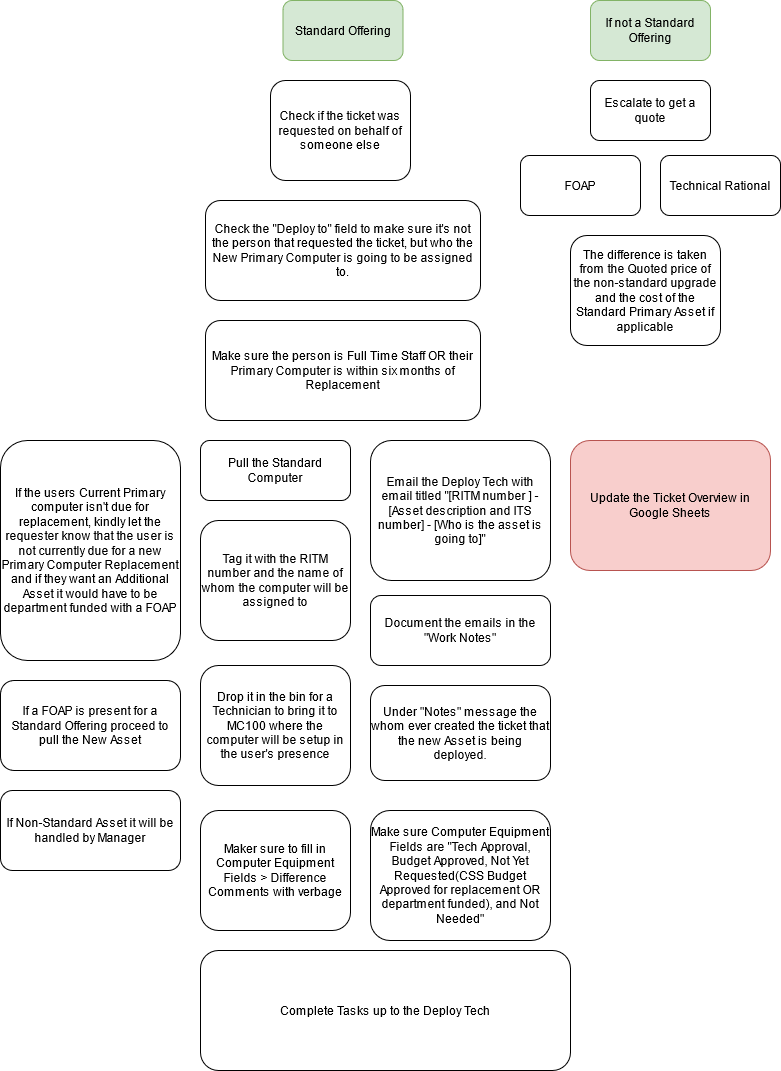
Before: Untitled Diagram.drawio.png, a diagram exported from draw.io (KevinWongCS/USFUSF). Source tidied: cells renumbered, new cells last; positions are measured from the earlier drawing's top-left corner, leaving out a move shared by most shapes.
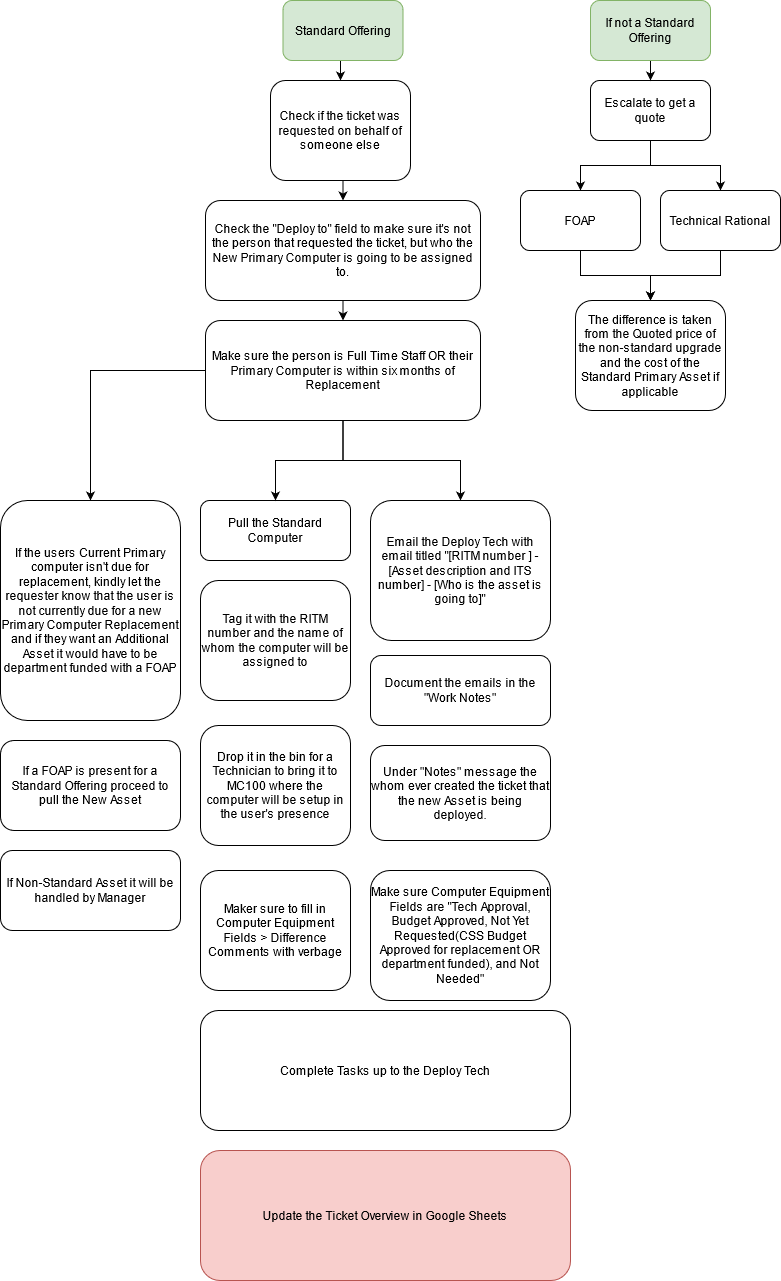
Later version of the same file.

The edit, as a diff of the source:
```diff
@@ -2,14 +2,23 @@
   <root>
     <mxCell id="0" />
     <mxCell id="1" parent="0" />
+    <mxCell id="24" style="edgeStyle=orthogonalEdgeStyle;rounded=0;jettySize=auto;html=1;exitX=0.5;exitY=1;exitDx=0;exitDy=0;entryX=0.5;entryY=0;entryDx=0;entryDy=0;" parent="1" edge="1" source="2" target="3">
+      <mxGeometry relative="1" as="geometry" />
+    </mxCell>
     <mxCell id="2" value="Standard Offering" style="rounded=1;whiteSpace=wrap;html=1;fillColor=#d5e8d4;strokeColor=#82b366;" parent="1" vertex="1">
-      <mxGeometry x="282.5" width="120" height="60" as="geometry" />
+      <mxGeometry x="282.5" y="-60" width="120" height="60" as="geometry" />
     </mxCell>
+    <mxCell id="25" style="edgeStyle=orthogonalEdgeStyle;rounded=0;jettySize=auto;html=1;exitX=0.5;exitY=1;exitDx=0;exitDy=0;entryX=0.5;entryY=0;entryDx=0;entryDy=0;" parent="1" edge="1" source="3" target="4">
+      <mxGeometry relative="1" as="geometry" />
+    </mxCell>
     <mxCell id="3" value="Check if the ticket was requested on behalf of someone else" style="rounded=1;whiteSpace=wrap;html=1;" parent="1" vertex="1">
-      <mxGeometry x="270" y="80" width="140" height="100" as="geometry" />
+      <mxGeometry x="270" y="20" width="140" height="100" as="geometry" />
     </mxCell>
+    <mxCell id="26" style="edgeStyle=orthogonalEdgeStyle;rounded=0;jettySize=auto;html=1;exitX=0.5;exitY=1;exitDx=0;exitDy=0;entryX=0.5;entryY=0;entryDx=0;entryDy=0;" parent="1" edge="1" source="4" target="8">
+      <mxGeometry relative="1" as="geometry" />
+    </mxCell>
     <mxCell id="4" value="Check the &quot;Deploy to&quot; field to make sure it's not the person that requested the ticket, but who the New Primary Computer is going to be assigned to." style="rounded=1;whiteSpace=wrap;html=1;" parent="1" vertex="1">
-      <mxGeometry x="205" y="200" width="275" height="100" as="geometry" />
+      <mxGeometry x="205" y="140" width="275" height="100" as="geometry" />
     </mxCell>
     <mxCell id="5" value="Pull the Standard Computer" style="rounded=1;whiteSpace=wrap;html=1;" parent="1" vertex="1">
       <mxGeometry x="200" y="440" width="150" height="60" as="geometry" />
@@ -18,10 +27,19 @@
       <mxGeometry x="200" y="520" width="150" height="120" as="geometry" />
     </mxCell>
     <mxCell id="7" value="Update the Ticket Overview in Google Sheets " style="rounded=1;whiteSpace=wrap;html=1;fillColor=#f8cecc;strokeColor=#b85450;" parent="1" vertex="1">
-      <mxGeometry x="570" y="440" width="200" height="130" as="geometry" />
+      <mxGeometry x="200" y="1090" width="370" height="130" as="geometry" />
     </mxCell>
+    <mxCell id="27" style="edgeStyle=orthogonalEdgeStyle;rounded=0;jettySize=auto;html=1;entryX=0.5;entryY=0;entryDx=0;entryDy=0;" parent="1" edge="1" source="8" target="10">
+      <mxGeometry relative="1" as="geometry" />
+    </mxCell>
+    <mxCell id="28" style="edgeStyle=orthogonalEdgeStyle;rounded=0;jettySize=auto;html=1;entryX=0.5;entryY=0;entryDx=0;entryDy=0;" parent="1" edge="1" source="8" target="5">
+      <mxGeometry relative="1" as="geometry" />
+    </mxCell>
+    <mxCell id="29" style="edgeStyle=orthogonalEdgeStyle;rounded=0;jettySize=auto;html=1;entryX=0.5;entryY=0;entryDx=0;entryDy=0;" parent="1" edge="1" source="8" target="11">
+      <mxGeometry relative="1" as="geometry" />
+    </mxCell>
     <mxCell id="8" value="Make sure the person is Full Time Staff OR their Primary Computer is within six months of Replacement " style="rounded=1;whiteSpace=wrap;html=1;" parent="1" vertex="1">
-      <mxGeometry x="205" y="320" width="275" height="100" as="geometry" />
+      <mxGeometry x="205" y="260" width="275" height="100" as="geometry" />
     </mxCell>
     <mxCell id="9" value="Drop it in the bin for a Technician to bring it to MC100 where the computer will be setup in the user's presence" style="rounded=1;whiteSpace=wrap;html=1;" parent="1" vertex="1">
       <mxGeometry x="200" y="665" width="150" height="120" as="geometry" />
@@ -35,20 +53,35 @@
     <mxCell id="12" value="Document the emails in the &quot;Work Notes&quot; " style="rounded=1;whiteSpace=wrap;html=1;" parent="1" vertex="1">
       <mxGeometry x="370" y="595" width="180" height="70" as="geometry" />
     </mxCell>
+    <mxCell id="30" style="edgeStyle=orthogonalEdgeStyle;rounded=0;jettySize=auto;html=1;exitX=0.5;exitY=1;exitDx=0;exitDy=0;entryX=0.5;entryY=0;entryDx=0;entryDy=0;" parent="1" edge="1" source="13" target="14">
+      <mxGeometry relative="1" as="geometry" />
+    </mxCell>
+    <mxCell id="31" style="edgeStyle=orthogonalEdgeStyle;rounded=0;jettySize=auto;html=1;entryX=0.5;entryY=0;entryDx=0;entryDy=0;" parent="1" edge="1" source="13" target="15">
+      <mxGeometry relative="1" as="geometry" />
+    </mxCell>
     <mxCell id="13" value="Escalate to get a quote" style="rounded=1;whiteSpace=wrap;html=1;" parent="1" vertex="1">
-      <mxGeometry x="590" y="80" width="120" height="60" as="geometry" />
+      <mxGeometry x="590" y="20" width="120" height="60" as="geometry" />
     </mxCell>
+    <mxCell id="32" style="edgeStyle=orthogonalEdgeStyle;rounded=0;jettySize=auto;html=1;entryX=0.5;entryY=0;entryDx=0;entryDy=0;" parent="1" edge="1" source="14" target="16">
+      <mxGeometry relative="1" as="geometry" />
+    </mxCell>
     <mxCell id="14" value="FOAP" style="rounded=1;whiteSpace=wrap;html=1;" parent="1" vertex="1">
-      <mxGeometry x="520" y="155" width="120" height="60" as="geometry" />
+      <mxGeometry x="520" y="130" width="120" height="60" as="geometry" />
     </mxCell>
+    <mxCell id="33" style="edgeStyle=orthogonalEdgeStyle;rounded=0;jettySize=auto;html=1;" parent="1" edge="1" source="15" target="16">
+      <mxGeometry relative="1" as="geometry" />
+    </mxCell>
     <mxCell id="15" value="Technical Rational" style="rounded=1;whiteSpace=wrap;html=1;" parent="1" vertex="1">
-      <mxGeometry x="660" y="155" width="120" height="60" as="geometry" />
+      <mxGeometry x="660" y="130" width="120" height="60" as="geometry" />
     </mxCell>
     <mxCell id="16" value="The difference is taken from the Quoted price of the non-standard upgrade and the cost of the Standard Primary Asset if applicable" style="rounded=1;whiteSpace=wrap;html=1;" parent="1" vertex="1">
-      <mxGeometry x="570" y="235" width="150" height="110" as="geometry" />
+      <mxGeometry x="575" y="240" width="150" height="110" as="geometry" />
     </mxCell>
+    <mxCell id="34" style="edgeStyle=orthogonalEdgeStyle;rounded=0;jettySize=auto;html=1;exitX=0.5;exitY=1;exitDx=0;exitDy=0;entryX=0.5;entryY=0;entryDx=0;entryDy=0;" parent="1" edge="1" source="17" target="13">
+      <mxGeometry relative="1" as="geometry" />
+    </mxCell>
     <mxCell id="17" value="If not a Standard Offering " style="rounded=1;whiteSpace=wrap;html=1;fillColor=#d5e8d4;strokeColor=#82b366;" parent="1" vertex="1">
-      <mxGeometry x="590" width="120" height="60" as="geometry" />
+      <mxGeometry x="590" y="-60" width="120" height="60" as="geometry" />
     </mxCell>
     <mxCell id="18" value="Under &quot;Notes&quot; message the whom ever created the ticket that the new Asset is being deployed." style="rounded=1;whiteSpace=wrap;html=1;" parent="1" vertex="1">
       <mxGeometry x="370" y="685" width="180" height="95" as="geometry" />
```
